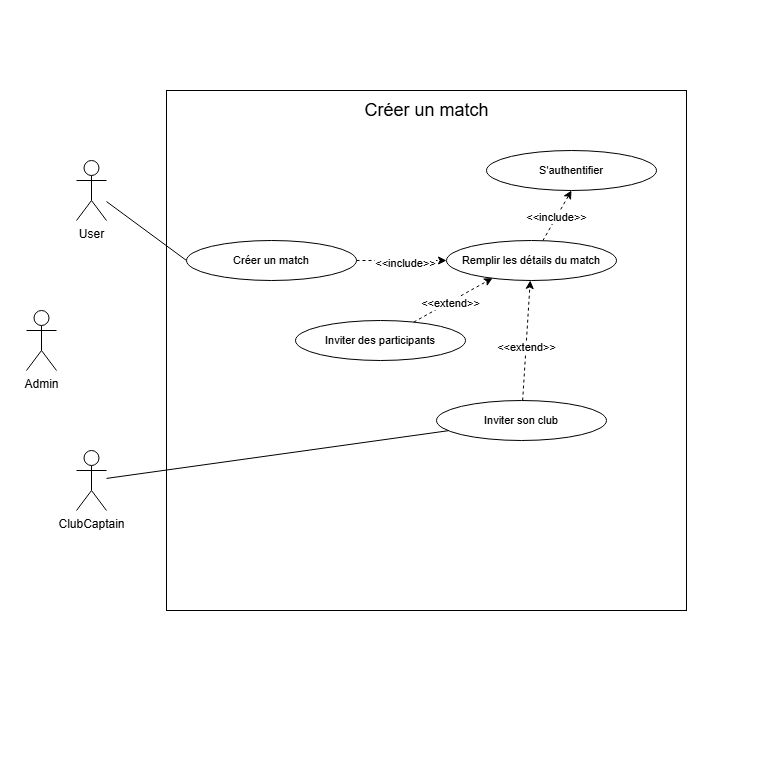
This is Diagram use case Créer un match.drawio.png from Mathistrg/Styx, a draw.io export, as it was before one commit. Source tidied: cells renumbered, new cells last; positions are measured from the earlier drawing's top-left corner, leaving out a move shared by most shapes.
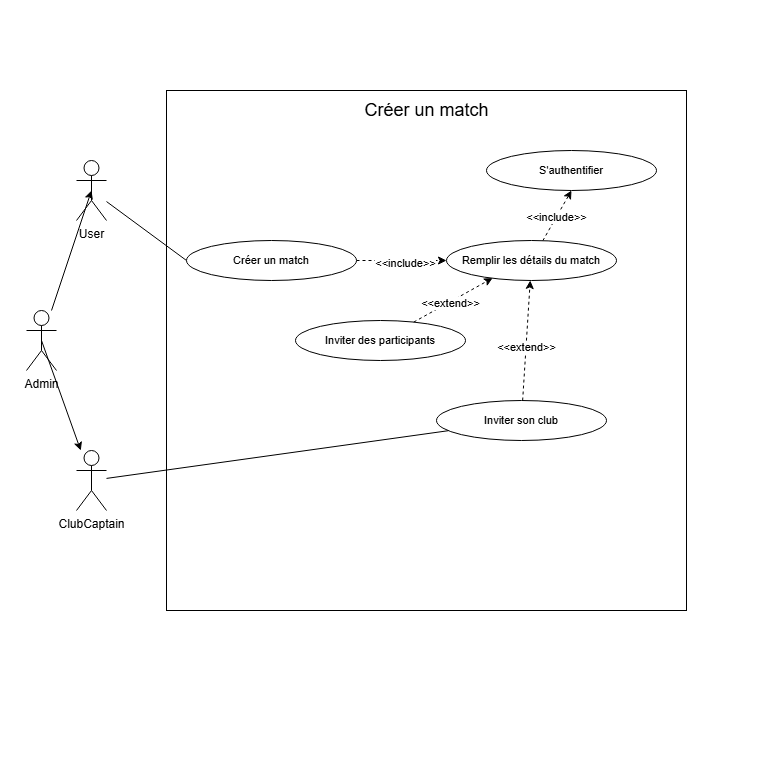
After the commit.

Commit message:
Mettre à jour Diagram use case Créer un match.drawio.png

What changed in the source:
```diff
@@ -69,5 +69,11 @@
     <mxCell id="22" value="Admin" style="shape=umlActor;verticalLabelPosition=bottom;verticalAlign=top;html=1;outlineConnect=0;" parent="1" vertex="1">
       <mxGeometry x="26" y="310" width="30" height="60" as="geometry" />
     </mxCell>
+    <mxCell id="23" style="rounded=0;jettySize=auto;html=1;endArrow=none;endFill=0;startArrow=classic;startFill=1;exitX=0.5;exitY=0.5;exitDx=0;exitDy=0;exitPerimeter=0;" parent="1" edge="1" source="6" target="22">
+      <mxGeometry relative="1" as="geometry" />
+    </mxCell>
+    <mxCell id="24" style="rounded=0;jettySize=auto;html=1;endArrow=none;endFill=0;entryX=0.5;entryY=0.5;entryDx=0;entryDy=0;entryPerimeter=0;startArrow=classic;startFill=1;" parent="1" edge="1" source="17" target="22">
+      <mxGeometry relative="1" as="geometry" />
+    </mxCell>
   </root>
 </mxGraphModel>
```
